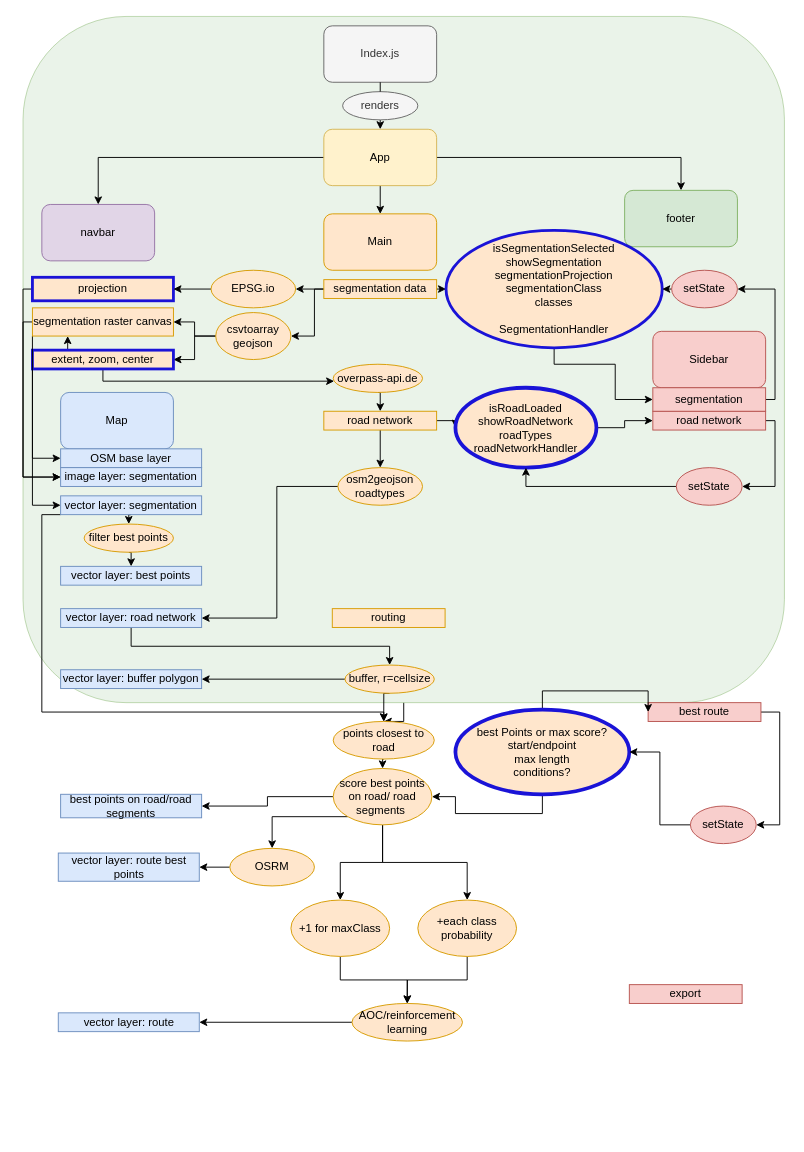
silvioschwarz/ufz-internship keeps this draw.io diagram as docs/Aufbau.drawio. Above is the earlier version. Source tidied: cells renumbered, new cells numbered last; positions are measured from the earlier drawing's top-left corner, leaving out a move shared by most shapes. Both pictures are drawn from the tidied source at 94%, with x=0, y=0 at pixel (23, 16).
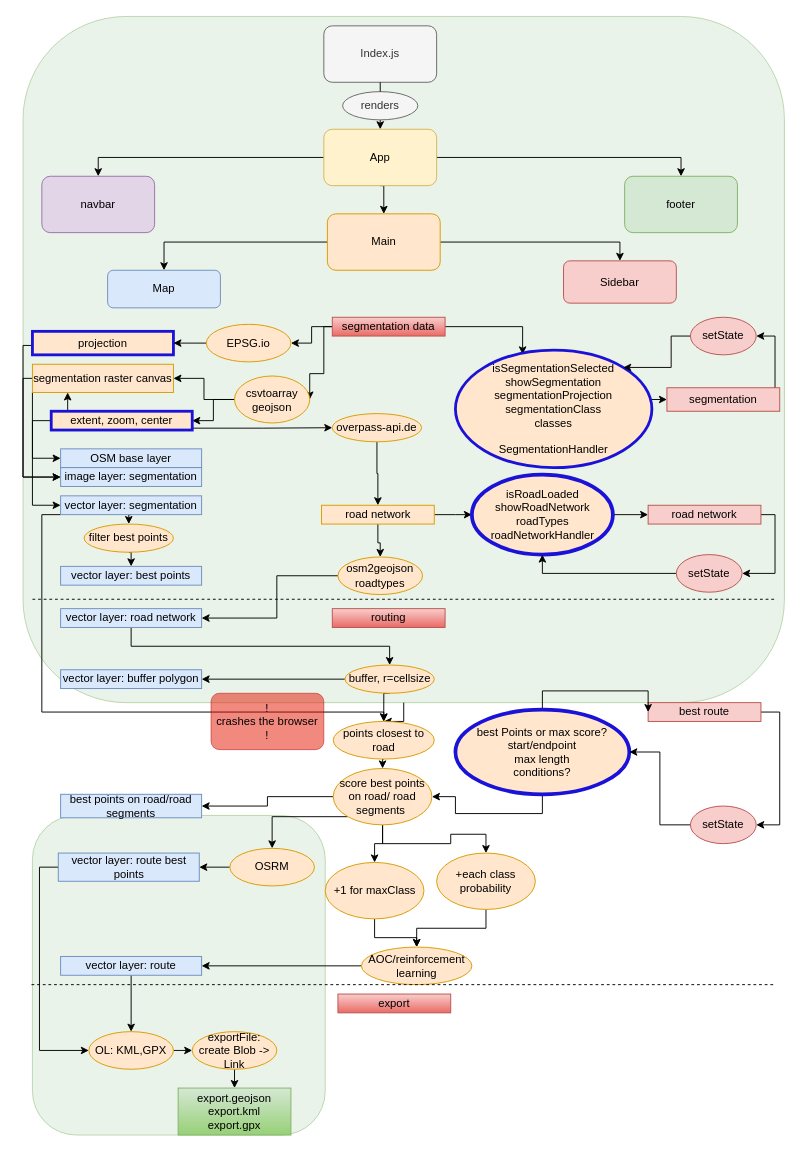
Above is the later version.

Unchanged cells that the change refers to:
```xml
<mxCell id="35" value="image layer: segmentation" style="rounded=0;whiteSpace=wrap;html=1;fillColor=#dae8fc;strokeColor=#6c8ebf;" parent="1" vertex="1">
  <mxGeometry x="40" y="480" width="150" height="20" as="geometry" />
</mxCell>
<mxCell id="37" value="vector layer: road network" style="rounded=0;whiteSpace=wrap;html=1;fillColor=#dae8fc;strokeColor=#6c8ebf;" parent="1" vertex="1">
  <mxGeometry x="40" y="630" width="150" height="20" as="geometry" />
</mxCell>
<mxCell id="85" value="vector layer: route best points" style="rounded=0;whiteSpace=wrap;html=1;fillColor=#dae8fc;strokeColor=#6c8ebf;" parent="1" vertex="1">
  <mxGeometry x="37.5" y="890" width="150" height="30" as="geometry" />
</mxCell>
```

What changed in the source:
```diff
@@
+    <mxCell id="3" style="rounded=1;whiteSpace=wrap;html=1;fillColor=#d5e8d4;strokeColor=#82b366;opacity=50;" parent="1" vertex="1">
+      <mxGeometry width="810" height="730" as="geometry" />
+    </mxCell>
+    <mxCell id="95" style="rounded=1;whiteSpace=wrap;html=1;fillColor=#d5e8d4;strokeColor=#82b366;opacity=50;" parent="1" vertex="1">
+      <mxGeometry x="10" y="850" width="311.5" height="340" as="geometry" />
+    </mxCell>
@@
-    <mxCell id="3" style="rounded=1;whiteSpace=wrap;html=1;fillColor=#d5e8d4;strokeColor=#82b366;opacity=50;" parent="1" vertex="1">
-      <mxGeometry width="810" height="730" as="geometry" />
-    </mxCell>
     <mxCell id="4" value="Map" style="rounded=1;whiteSpace=wrap;html=1;fillColor=#dae8fc;strokeColor=#6c8ebf;" parent="1" vertex="1">
-      <mxGeometry x="40" y="400" width="120" height="60" as="geometry" />
+      <mxGeometry x="90" y="270" width="120" height="40" as="geometry" />
     </mxCell>
     <mxCell id="5" value="footer" style="rounded=1;whiteSpace=wrap;html=1;fillColor=#d5e8d4;strokeColor=#82b366;" parent="1" vertex="1">
-      <mxGeometry x="640" y="185" width="120" height="60" as="geometry" />
+      <mxGeometry x="640" y="170" width="120" height="60" as="geometry" />
     </mxCell>
+    <mxCell id="96" style="edgeStyle=orthogonalEdgeStyle;rounded=0;jettySize=auto;html=1;exitX=0;exitY=0.5;exitDx=0;exitDy=0;entryX=0.5;entryY=0;entryDx=0;entryDy=0;fontColor=#000000;" parent="1" edge="1" source="6" target="4">
+      <mxGeometry relative="1" as="geometry" />
+    </mxCell>
+    <mxCell id="97" style="edgeStyle=orthogonalEdgeStyle;rounded=0;jettySize=auto;html=1;exitX=1;exitY=0.5;exitDx=0;exitDy=0;entryX=0.5;entryY=0;entryDx=0;entryDy=0;fontColor=#000000;" parent="1" edge="1" source="6" target="14">
+      <mxGeometry relative="1" as="geometry" />
+    </mxCell>
     <mxCell id="6" value="Main" style="rounded=1;whiteSpace=wrap;html=1;labelBackgroundColor=none;labelBorderColor=none;fillColor=#ffe6cc;strokeColor=#d79b00;" parent="1" vertex="1">
-      <mxGeometry x="320" y="210" width="120" height="60" as="geometry" />
+      <mxGeometry x="323.8" y="210" width="120" height="60" as="geometry" />
     </mxCell>
     <mxCell id="7" value="navbar" style="rounded=1;whiteSpace=wrap;html=1;fillColor=#e1d5e7;strokeColor=#9673a6;" parent="1" vertex="1">
-      <mxGeometry x="20" y="200" width="120" height="60" as="geometry" />
+      <mxGeometry x="20" y="170" width="120" height="60" as="geometry" />
     </mxCell>
@@
     <mxCell id="14" value="Sidebar" style="rounded=1;whiteSpace=wrap;html=1;fillColor=#f8cecc;strokeColor=#b85450;" parent="1" vertex="1">
-      <mxGeometry x="670" y="335" width="120" height="60" as="geometry" />
+      <mxGeometry x="575" y="260" width="120" height="45" as="geometry" />
     </mxCell>
@@
     <mxCell id="17" style="edgeStyle=orthogonalEdgeStyle;rounded=0;jettySize=auto;html=1;exitX=0;exitY=0.5;exitDx=0;exitDy=0;entryX=1;entryY=0.5;entryDx=0;entryDy=0;" parent="1" edge="1" source="20" target="40">
       <mxGeometry relative="1" as="geometry">
         <Array as="points">
-          <mxPoint x="310" y="290" />
-          <mxPoint x="310" y="340" />
+          <mxPoint x="320" y="380" />
+          <mxPoint x="305" y="380" />
         </Array>
       </mxGeometry>
     </mxCell>
+    <mxCell id="19" style="edgeStyle=orthogonalEdgeStyle;rounded=0;jettySize=auto;html=1;exitX=0;exitY=0.5;exitDx=0;exitDy=0;entryX=1;entryY=0.5;entryDx=0;entryDy=0;" parent="1" edge="1" source="20" target="57">
+      <mxGeometry relative="1" as="geometry" />
+    </mxCell>
-    <mxCell id="18" style="edgeStyle=orthogonalEdgeStyle;rounded=0;jettySize=auto;html=1;exitX=1;exitY=0.5;exitDx=0;exitDy=0;entryX=0;entryY=0.5;entryDx=0;entryDy=0;" parent="1" edge="1" source="20" target="51">
+    <mxCell id="18" style="edgeStyle=orthogonalEdgeStyle;rounded=0;jettySize=auto;html=1;exitX=1;exitY=0.5;exitDx=0;exitDy=0;entryX=0.342;entryY=0.036;entryDx=0;entryDy=0;entryPerimeter=0;fontColor=#000000;" parent="1" edge="1" source="20" target="51">
       <mxGeometry relative="1" as="geometry" />
     </mxCell>
-    <mxCell id="19" style="edgeStyle=orthogonalEdgeStyle;rounded=0;jettySize=auto;html=1;exitX=0;exitY=0.5;exitDx=0;exitDy=0;entryX=1;entryY=0.5;entryDx=0;entryDy=0;" parent="1" edge="1" source="20" target="57">
-      <mxGeometry relative="1" as="geometry" />
-    </mxCell>
-    <mxCell id="20" value="segmentation data" style="rounded=0;whiteSpace=wrap;html=1;fillColor=#ffe6cc;strokeColor=#d79b00;" parent="1" vertex="1">
-      <mxGeometry x="320" y="280" width="120" height="20" as="geometry" />
+    <mxCell id="20" value="segmentation data" style="rounded=0;whiteSpace=wrap;html=1;fillColor=#f8cecc;strokeColor=#b85450;gradientColor=#ea6b66;" parent="1" vertex="1">
+      <mxGeometry x="329" y="320" width="120" height="20" as="geometry" />
     </mxCell>
     <mxCell id="21" style="edgeStyle=orthogonalEdgeStyle;rounded=0;jettySize=auto;html=1;exitX=1;exitY=0.5;exitDx=0;exitDy=0;entryX=0;entryY=0.5;entryDx=0;entryDy=0;" parent="1" edge="1" source="23" target="53">
       <mxGeometry relative="1" as="geometry">
         <Array as="points">
-          <mxPoint x="480" y="430" />
-          <mxPoint x="480" y="430" />
+          <mxPoint x="460" y="530" />
+          <mxPoint x="460" y="530" />
         </Array>
       </mxGeometry>
     </mxCell>
@@
     <mxCell id="23" value="road network" style="rounded=0;whiteSpace=wrap;html=1;fillColor=#ffe6cc;strokeColor=#d79b00;" parent="1" vertex="1">
-      <mxGeometry x="320" y="420" width="120" height="20" as="geometry" />
+      <mxGeometry x="317.5" y="520" width="120" height="20" as="geometry" />
     </mxCell>
-    <mxCell id="24" value="routing" style="rounded=0;whiteSpace=wrap;html=1;fillColor=#ffe6cc;strokeColor=#d79b00;" parent="1" vertex="1">
+    <mxCell id="24" value="routing" style="rounded=0;whiteSpace=wrap;html=1;fillColor=#f8cecc;strokeColor=#b85450;gradientColor=#ea6b66;" parent="1" vertex="1">
       <mxGeometry x="329" y="630" width="120" height="20" as="geometry" />
     </mxCell>
@@
-    <mxCell id="27" style="edgeStyle=orthogonalEdgeStyle;rounded=0;jettySize=auto;html=1;exitX=0.5;exitY=1;exitDx=0;exitDy=0;" parent="1" edge="1" source="28" target="59">
+    <mxCell id="27" style="edgeStyle=orthogonalEdgeStyle;rounded=0;jettySize=auto;html=1;exitX=1;exitY=1;exitDx=0;exitDy=0;entryX=0;entryY=0.5;entryDx=0;entryDy=0;fontColor=#000000;" parent="1" edge="1" source="28" target="59">
       <mxGeometry relative="1" as="geometry">
         <Array as="points">
-          <mxPoint x="85" y="388" />
+          <mxPoint x="180" y="438" />
+          <mxPoint x="255" y="438" />
         </Array>
       </mxGeometry>
     </mxCell>
     <mxCell id="28" value="extent, zoom, center" style="rounded=0;whiteSpace=wrap;html=1;fillColor=#ffe6cc;strokeColor=#1A13D7;strokeWidth=3;" parent="1" vertex="1">
-      <mxGeometry x="10" y="355" width="150" height="20" as="geometry" />
+      <mxGeometry x="30" y="420" width="150" height="20" as="geometry" />
     </mxCell>
     <mxCell id="29" style="edgeStyle=orthogonalEdgeStyle;rounded=0;jettySize=auto;html=1;exitX=0;exitY=0.5;exitDx=0;exitDy=0;entryX=0;entryY=0.5;entryDx=0;entryDy=0;" parent="1" edge="1" source="30" target="35">
       <mxGeometry relative="1" as="geometry">
         <Array as="points">
-          <mxPoint y="290" />
+          <mxPoint x="10" y="350" />
+          <mxPoint y="350" />
           <mxPoint y="490" />
         </Array>
       </mxGeometry>
     </mxCell>
     <mxCell id="30" value="projection" style="rounded=0;whiteSpace=wrap;html=1;fillColor=#ffe6cc;strokeColor=#1A13D7;strokeWidth=3;" parent="1" vertex="1">
-      <mxGeometry x="10" y="277.5" width="150" height="25" as="geometry" />
+      <mxGeometry x="10" y="335" width="150" height="25" as="geometry" />
     </mxCell>
     <mxCell id="31" style="edgeStyle=orthogonalEdgeStyle;rounded=0;jettySize=auto;html=1;exitX=0;exitY=0.5;exitDx=0;exitDy=0;entryX=0;entryY=0.5;entryDx=0;entryDy=0;" parent="1" edge="1" source="33" target="35">
       <mxGeometry relative="1" as="geometry">
         <Array as="points">
-          <mxPoint y="325" />
+          <mxPoint y="385" />
           <mxPoint y="490" />
         </Array>
       </mxGeometry>
     </mxCell>
@@
     <mxCell id="33" value="segmentation raster canvas" style="rounded=0;whiteSpace=wrap;html=1;fillColor=#ffe6cc;strokeColor=#d79b00;" parent="1" vertex="1">
-      <mxGeometry x="10" y="310" width="150" height="30" as="geometry" />
+      <mxGeometry x="10" y="370" width="150" height="30" as="geometry" />
     </mxCell>
@@
+    <mxCell id="98" style="edgeStyle=orthogonalEdgeStyle;rounded=0;jettySize=auto;html=1;exitX=0.5;exitY=1;exitDx=0;exitDy=0;entryX=0.5;entryY=0;entryDx=0;entryDy=0;fontColor=#000000;" parent="1" edge="1" source="38" target="103">
+      <mxGeometry relative="1" as="geometry" />
+    </mxCell>
     <mxCell id="38" value="vector layer: route" style="rounded=0;whiteSpace=wrap;html=1;fillColor=#dae8fc;strokeColor=#6c8ebf;" parent="1" vertex="1">
-      <mxGeometry x="37.5" y="1060" width="150" height="20" as="geometry" />
+      <mxGeometry x="40" y="1000" width="150" height="20" as="geometry" />
     </mxCell>
@@
     <mxCell id="40" value="csvtoarray&lt;br&gt;geojson" style="ellipse;whiteSpace=wrap;html=1;fillColor=#ffe6cc;strokeColor=#d79b00;" parent="1" vertex="1">
-      <mxGeometry x="205" y="315" width="80" height="50" as="geometry" />
+      <mxGeometry x="225" y="382.5" width="80" height="50" as="geometry" />
     </mxCell>
     <mxCell id="41" style="edgeStyle=orthogonalEdgeStyle;rounded=0;jettySize=auto;html=1;exitX=0;exitY=0.5;exitDx=0;exitDy=0;entryX=1;entryY=0.5;entryDx=0;entryDy=0;" parent="1" edge="1" source="42" target="37">
       <mxGeometry relative="1" as="geometry">
         <Array as="points">
-          <mxPoint x="270" y="500" />
+          <mxPoint x="270" y="595" />
           <mxPoint x="270" y="640" />
         </Array>
       </mxGeometry>
     </mxCell>
     <mxCell id="42" value="osm2geojson&lt;br&gt;roadtypes" style="ellipse;whiteSpace=wrap;html=1;fillColor=#ffe6cc;strokeColor=#d79b00;" parent="1" vertex="1">
-      <mxGeometry x="335" y="480" width="90" height="40" as="geometry" />
+      <mxGeometry x="335" y="575" width="90" height="40" as="geometry" />
     </mxCell>
-    <mxCell id="43" value="export" style="rounded=0;whiteSpace=wrap;html=1;fillColor=#f8cecc;strokeColor=#b85450;" parent="1" vertex="1">
-      <mxGeometry x="645" y="1030" width="120" height="20" as="geometry" />
+    <mxCell id="43" value="export" style="rounded=0;whiteSpace=wrap;html=1;fillColor=#f8cecc;strokeColor=#b85450;gradientColor=#ea6b66;" parent="1" vertex="1">
+      <mxGeometry x="335" y="1040" width="120" height="20" as="geometry" />
     </mxCell>
@@
-    <mxCell id="46" style="edgeStyle=orthogonalEdgeStyle;rounded=0;jettySize=auto;html=1;exitX=1;exitY=0.5;exitDx=0;exitDy=0;entryX=1;entryY=0.5;entryDx=0;entryDy=0;" parent="1" edge="1" source="47" target="63">
+    <mxCell id="46" style="edgeStyle=orthogonalEdgeStyle;rounded=0;jettySize=auto;html=1;exitX=1;exitY=0.5;exitDx=0;exitDy=0;entryX=1;entryY=0.5;entryDx=0;entryDy=0;fontColor=#000000;" parent="1" edge="1" source="47" target="63">
       <mxGeometry relative="1" as="geometry">
         <Array as="points">
-          <mxPoint x="800" y="430" />
-          <mxPoint x="800" y="500" />
+          <mxPoint x="800" y="530" />
+          <mxPoint x="800" y="593" />
         </Array>
       </mxGeometry>
     </mxCell>
     <mxCell id="47" value="road network" style="rounded=0;whiteSpace=wrap;html=1;fillColor=#f8cecc;strokeColor=#b85450;" parent="1" vertex="1">
-      <mxGeometry x="670" y="420" width="120" height="20" as="geometry" />
+      <mxGeometry x="665" y="520" width="120" height="20" as="geometry" />
     </mxCell>
     <mxCell id="48" style="edgeStyle=orthogonalEdgeStyle;rounded=0;jettySize=auto;html=1;exitX=1;exitY=0.5;exitDx=0;exitDy=0;entryX=1;entryY=0.5;entryDx=0;entryDy=0;" parent="1" edge="1" source="49" target="61">
       <mxGeometry relative="1" as="geometry">
         <Array as="points">
           <mxPoint x="800" y="408" />
-          <mxPoint x="800" y="290" />
+          <mxPoint x="800" y="340" />
         </Array>
       </mxGeometry>
     </mxCell>
     <mxCell id="49" value="segmentation" style="rounded=0;whiteSpace=wrap;html=1;fillColor=#f8cecc;strokeColor=#b85450;" parent="1" vertex="1">
-      <mxGeometry x="670" y="395" width="120" height="25" as="geometry" />
+      <mxGeometry x="685" y="395" width="120" height="25" as="geometry" />
     </mxCell>
@@
     <mxCell id="51" value="isSegmentationSelected&lt;br&gt;showSegmentation&lt;br&gt;segmentationProjection&lt;br&gt;segmentationClass&lt;br&gt;classes&lt;br&gt;&lt;br&gt;SegmentationHandler" style="ellipse;whiteSpace=wrap;html=1;fillColor=#ffe6cc;strokeColor=#1A13D7;gradientColor=none;gradientDirection=radial;strokeWidth=3;" parent="1" vertex="1">
-      <mxGeometry x="450" y="227.5" width="230" height="125" as="geometry" />
+      <mxGeometry x="460" y="355" width="209" height="125" as="geometry" />
     </mxCell>
@@
     <mxCell id="53" value="isRoadLoaded&lt;br&gt;showRoadNetwork&lt;br&gt;roadTypes&lt;br&gt;roadNetworkHandler" style="ellipse;whiteSpace=wrap;html=1;fillColor=#ffe6cc;strokeColor=#1A13D7;strokeWidth=4;" parent="1" vertex="1">
-      <mxGeometry x="460" y="395" width="150" height="85" as="geometry" />
+      <mxGeometry x="477.5" y="487.5" width="150" height="85" as="geometry" />
     </mxCell>
@@
     <mxCell id="57" value="EPSG.io" style="ellipse;whiteSpace=wrap;html=1;fillColor=#ffe6cc;strokeColor=#d79b00;" parent="1" vertex="1">
-      <mxGeometry x="200" y="270" width="90" height="40" as="geometry" />
+      <mxGeometry x="195" y="327.5" width="90" height="40" as="geometry" />
     </mxCell>
@@
     <mxCell id="59" value="overpass-api.de" style="ellipse;whiteSpace=wrap;html=1;fillColor=#ffe6cc;strokeColor=#d79b00;" parent="1" vertex="1">
-      <mxGeometry x="330" y="370" width="95" height="30" as="geometry" />
+      <mxGeometry x="329" y="422.5" width="95" height="30" as="geometry" />
     </mxCell>
-    <mxCell id="60" style="edgeStyle=orthogonalEdgeStyle;rounded=0;jettySize=auto;html=1;exitX=0;exitY=0.5;exitDx=0;exitDy=0;entryX=1;entryY=0.5;entryDx=0;entryDy=0;" parent="1" edge="1" source="61" target="51">
+    <mxCell id="60" style="edgeStyle=orthogonalEdgeStyle;rounded=0;jettySize=auto;html=1;exitX=0;exitY=0.5;exitDx=0;exitDy=0;entryX=1;entryY=0;entryDx=0;entryDy=0;fontColor=#000000;" parent="1" edge="1" source="61" target="51">
       <mxGeometry relative="1" as="geometry" />
     </mxCell>
     <mxCell id="61" value="setState" style="ellipse;whiteSpace=wrap;html=1;labelBackgroundColor=none;labelBorderColor=none;fillColor=#f8cecc;strokeColor=#b85450;" parent="1" vertex="1">
-      <mxGeometry x="690" y="270" width="70" height="40" as="geometry" />
+      <mxGeometry x="710" y="320" width="70" height="40" as="geometry" />
     </mxCell>
@@
     <mxCell id="63" value="setState" style="ellipse;whiteSpace=wrap;html=1;labelBackgroundColor=none;labelBorderColor=none;fillColor=#f8cecc;strokeColor=#b85450;" parent="1" vertex="1">
-      <mxGeometry x="695" y="480" width="70" height="40" as="geometry" />
+      <mxGeometry x="695" y="572.5" width="70" height="40" as="geometry" />
     </mxCell>
@@
     <mxCell id="79" value="AOC/reinforcement learning" style="ellipse;whiteSpace=wrap;html=1;fillColor=#ffe6cc;strokeColor=#d79b00;" parent="1" vertex="1">
-      <mxGeometry x="350" y="1050" width="117.5" height="40" as="geometry" />
+      <mxGeometry x="360" y="990" width="117.5" height="40" as="geometry" />
     </mxCell>
@@
+    <mxCell id="99" style="edgeStyle=orthogonalEdgeStyle;rounded=0;jettySize=auto;html=1;exitX=0;exitY=0.5;exitDx=0;exitDy=0;entryX=0;entryY=0.5;entryDx=0;entryDy=0;fontColor=#000000;" parent="1" edge="1" source="85" target="103">
+      <mxGeometry relative="1" as="geometry" />
+    </mxCell>
@@
     <mxCell id="92" value="+each class probability" style="ellipse;whiteSpace=wrap;html=1;fillColor=#ffe6cc;strokeColor=#d79b00;" parent="1" vertex="1">
-      <mxGeometry x="420" y="940" width="105" height="60" as="geometry" />
+      <mxGeometry x="440" y="890" width="105" height="60" as="geometry" />
     </mxCell>
@@
     <mxCell id="94" value="+1 for maxClass" style="ellipse;whiteSpace=wrap;html=1;fillColor=#ffe6cc;strokeColor=#d79b00;" parent="1" vertex="1">
-      <mxGeometry x="285" y="940" width="105" height="60" as="geometry" />
+      <mxGeometry x="321.5" y="900" width="105" height="60" as="geometry" />
     </mxCell>
+    <mxCell id="100" value="&lt;font color=&quot;#000000&quot;&gt;! &lt;br&gt;crashes the browser &lt;br&gt;!&lt;/font&gt;" style="rounded=1;whiteSpace=wrap;html=1;fillColor=#e51400;fontColor=#ffffff;strokeColor=#B20000;opacity=50;" parent="1" vertex="1">
+      <mxGeometry x="200" y="720" width="120" height="60" as="geometry" />
+    </mxCell>
+    <mxCell id="101" style="endArrow=none;dashed=1;html=1;rounded=0;fontColor=#000000;" parent="1" edge="1">
+      <mxGeometry relative="1" as="geometry">
+        <mxPoint x="10" y="620" as="sourcePoint" />
+        <mxPoint x="800" y="620" as="targetPoint" />
+      </mxGeometry>
+    </mxCell>
+    <mxCell id="102" style="edgeStyle=orthogonalEdgeStyle;rounded=0;jettySize=auto;html=1;exitX=1;exitY=0.5;exitDx=0;exitDy=0;entryX=0;entryY=0.5;entryDx=0;entryDy=0;fontColor=#000000;" parent="1" edge="1" source="103" target="105">
+      <mxGeometry relative="1" as="geometry" />
+    </mxCell>
+    <mxCell id="103" value="OL: KML,GPX" style="ellipse;whiteSpace=wrap;html=1;fillColor=#ffe6cc;strokeColor=#d79b00;" parent="1" vertex="1">
+      <mxGeometry x="70" y="1080" width="90" height="40" as="geometry" />
+    </mxCell>
+    <mxCell id="104" style="edgeStyle=orthogonalEdgeStyle;rounded=0;jettySize=auto;html=1;exitX=0.5;exitY=1;exitDx=0;exitDy=0;entryX=0.5;entryY=0;entryDx=0;entryDy=0;fontColor=#000000;" parent="1" edge="1" source="105" target="106">
+      <mxGeometry relative="1" as="geometry" />
+    </mxCell>
+    <mxCell id="105" value="exportFile:&lt;br&gt;create Blob -&amp;gt; Link" style="ellipse;whiteSpace=wrap;html=1;fillColor=#ffe6cc;strokeColor=#d79b00;" parent="1" vertex="1">
+      <mxGeometry x="180" y="1080" width="90" height="40" as="geometry" />
+    </mxCell>
+    <mxCell id="106" value="export.geojson&lt;br&gt;export.kml&lt;br&gt;export.gpx" style="rounded=0;whiteSpace=wrap;html=1;fillColor=#d5e8d4;strokeColor=#82b366;gradientColor=#97d077;" parent="1" vertex="1">
+      <mxGeometry x="165" y="1140" width="120" height="50" as="geometry" />
+    </mxCell>
+    <mxCell id="107" style="endArrow=none;dashed=1;html=1;rounded=0;fontColor=#000000;" parent="1" edge="1">
+      <mxGeometry relative="1" as="geometry">
+        <mxPoint x="9" y="1030" as="sourcePoint" />
+        <mxPoint x="799" y="1030" as="targetPoint" />
+      </mxGeometry>
+    </mxCell>
```
